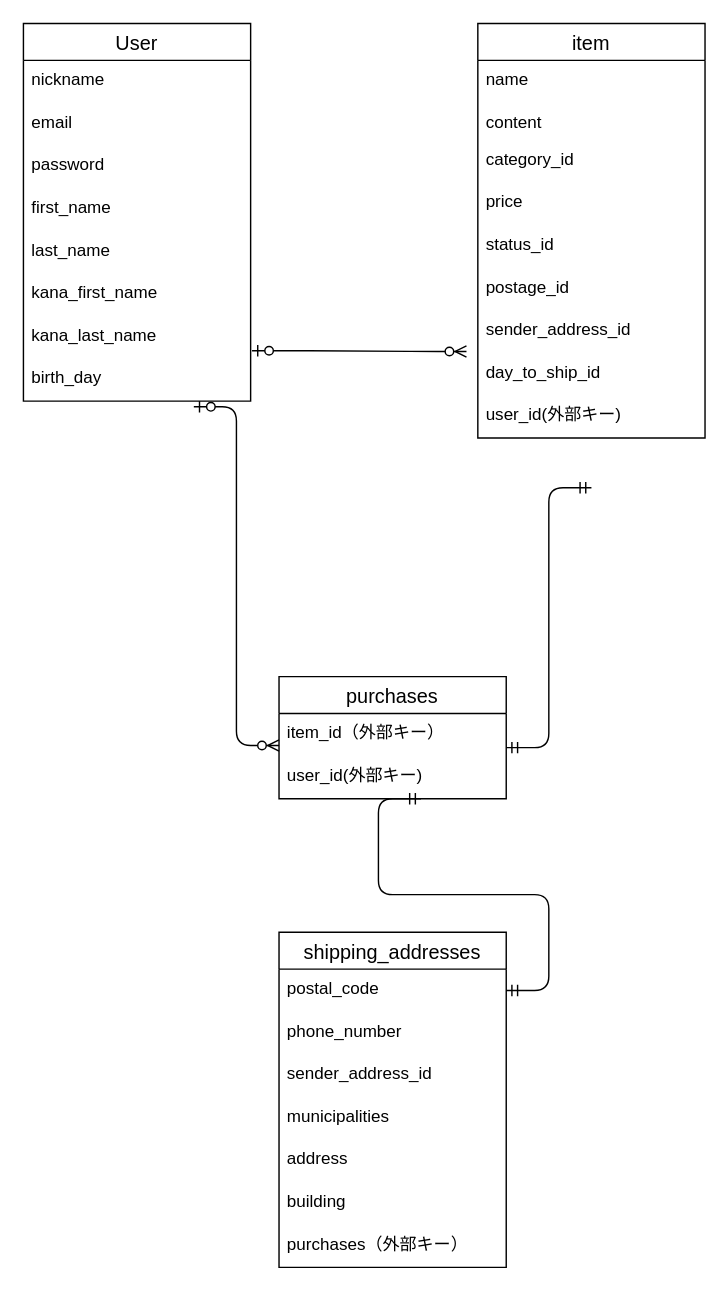
The draw.io diagram app/furima.dio in dwarfsawfish/furima-38836, before the edit. Source tidied: cells renumbered, new cells numbered last; positions are measured from the earlier drawing's top-left corner, leaving out a move shared by most shapes. Both pictures are drawn from the tidied source at 142%, with x=0, y=0 at pixel (23, 23).
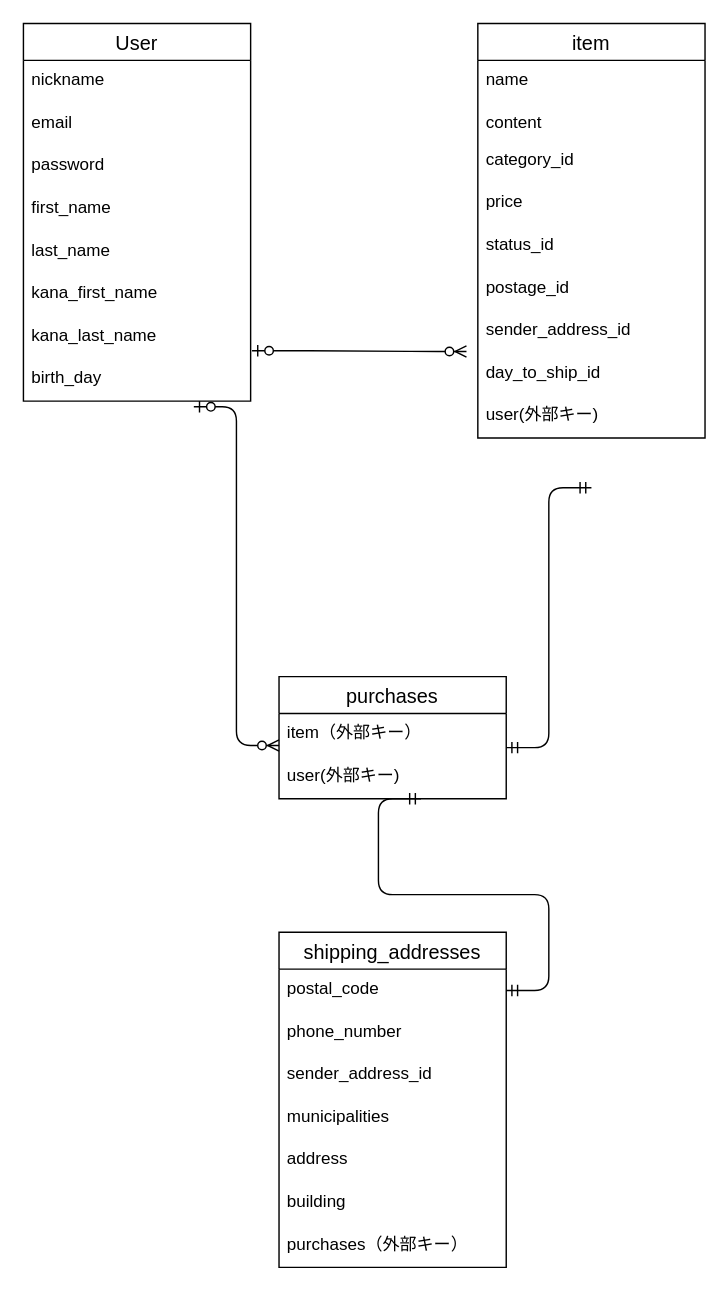
The same page after the edit.

Commit message:
データベース設計（修正4）

The change refers to these unchanged cells:
```xml
<mxCell id="11" value="item" style="swimlane;fontStyle=0;horizontal=1;startSize=26;align=center;fontSize=14;" parent="1" vertex="1">
  <mxGeometry x="320" width="160" height="292" as="geometry" />
</mxCell>
<mxCell id="21" value="purchases" style="swimlane;fontStyle=0;horizontal=1;startSize=26;align=center;fontSize=14;" parent="1" vertex="1">
  <mxGeometry x="180" y="460" width="160" height="86" as="geometry" />
</mxCell>
```

What changed in the source:
```diff
@@
-    <mxCell id="20" value="user_id(外部キー)" style="text;strokeColor=none;fillColor=none;spacingLeft=4;spacingRight=4;overflow=hidden;fontSize=12;" parent="11" vertex="1">
+    <mxCell id="20" value="user(外部キー)" style="text;strokeColor=none;fillColor=none;spacingLeft=4;spacingRight=4;overflow=hidden;fontSize=12;" parent="11" vertex="1">
       <mxGeometry y="262" width="160" height="30" as="geometry" />
     </mxCell>
@@
-    <mxCell id="22" value="item_id（外部キー）" style="text;strokeColor=none;fillColor=none;spacingLeft=4;spacingRight=4;overflow=hidden;fontSize=12;" parent="21" vertex="1">
+    <mxCell id="22" value="item（外部キー）" style="text;strokeColor=none;fillColor=none;spacingLeft=4;spacingRight=4;overflow=hidden;fontSize=12;" parent="21" vertex="1">
       <mxGeometry y="26" width="160" height="30" as="geometry" />
     </mxCell>
-    <mxCell id="23" value="user_id(外部キー)" style="text;strokeColor=none;fillColor=none;spacingLeft=4;spacingRight=4;overflow=hidden;fontSize=12;" parent="21" vertex="1">
+    <mxCell id="23" value="user(外部キー)" style="text;strokeColor=none;fillColor=none;spacingLeft=4;spacingRight=4;overflow=hidden;fontSize=12;" parent="21" vertex="1">
       <mxGeometry y="56" width="160" height="30" as="geometry" />
     </mxCell>
```
